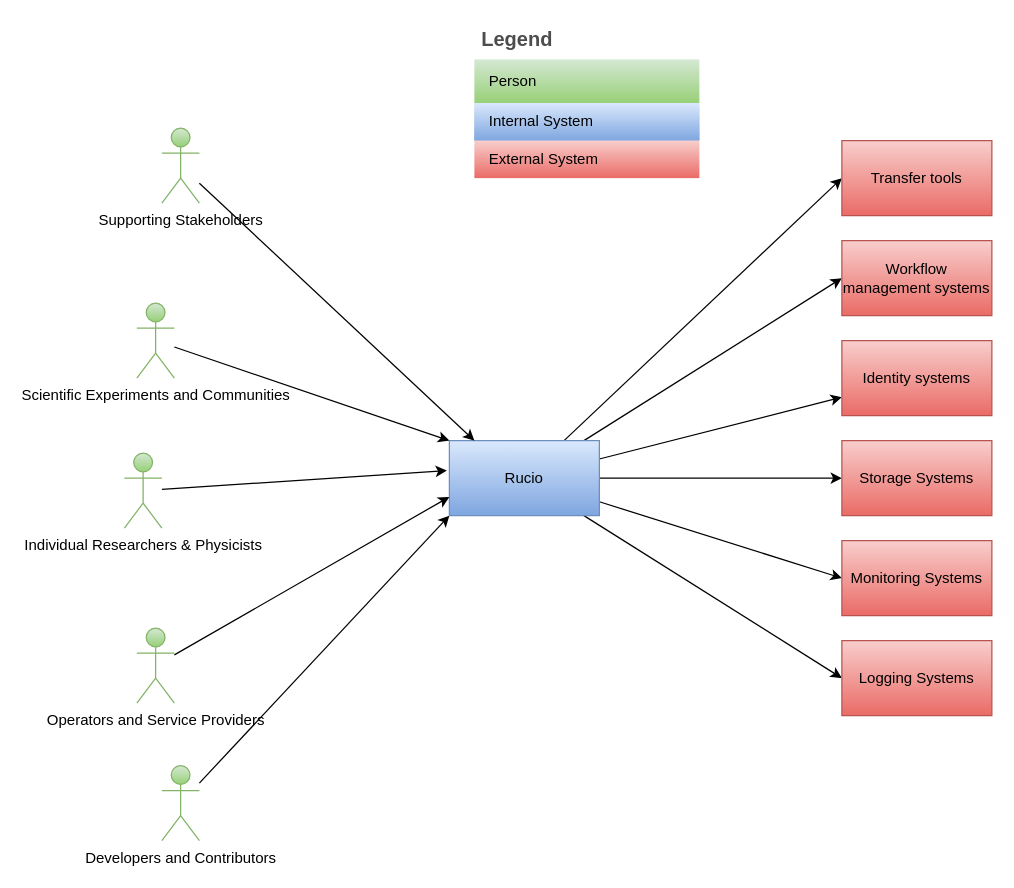
mgajek-cern/rucio-architecture-docs keeps this draw.io diagram as diagrams/Context View.drawio. Above is the earlier version. Source tidied: cells renumbered, new cells numbered last; positions are measured from the earlier drawing's top-left corner, leaving out a move shared by most shapes. Both pictures are drawn from the tidied source at 125%, with x=0, y=0 at pixel (124, 21).
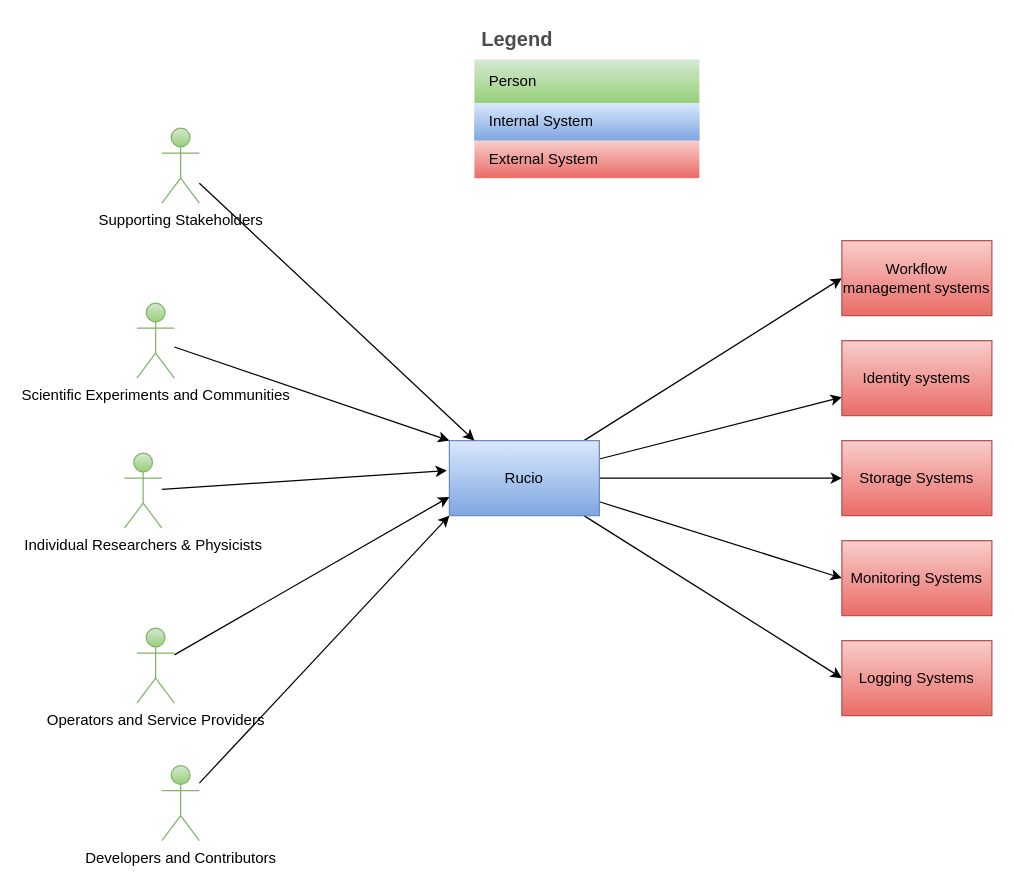
The same diagram, later.

Commit message (it also covers changes not shown here):
remove transfer tools from context view

The change refers to these unchanged cells:
```xml
<mxCell id="8" value="Rucio" style="rounded=0;whiteSpace=wrap;html=1;fillColor=#dae8fc;gradientColor=#7ea6e0;strokeColor=#6c8ebf;" parent="1" vertex="1">
  <mxGeometry x="260" y="335" width="120" height="60" as="geometry" />
</mxCell>
```

What changed in the source:
```diff
@@
-    <mxCell id="2" style="rounded=0;jettySize=auto;html=1;entryX=0;entryY=0.5;entryDx=0;entryDy=0;" parent="1" edge="1" source="8" target="13">
-      <mxGeometry relative="1" as="geometry" />
-    </mxCell>
@@
-    <mxCell id="13" value="Transfer tools" style="rounded=0;whiteSpace=wrap;html=1;fillColor=#f8cecc;gradientColor=#ea6b66;strokeColor=#b85450;" parent="1" vertex="1">
-      <mxGeometry x="574" y="95" width="120" height="60" as="geometry" />
-    </mxCell>
```
